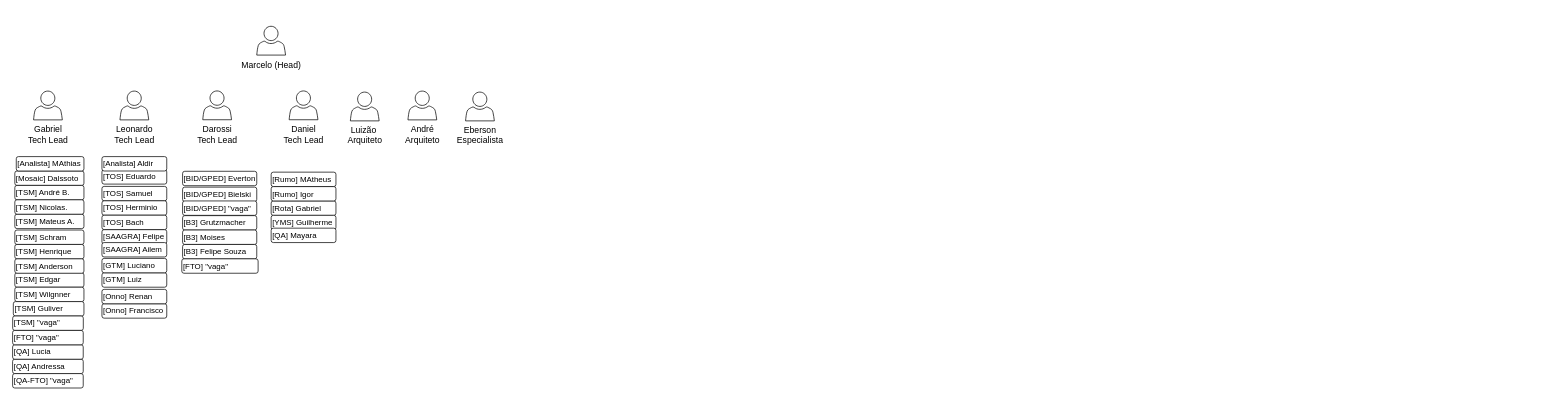
This is page "Página-7" (7 of 7) of time_org_24.drawio from marcelopedroso/yms_tech, a draw.io file, before an edit. Source tidied: cells renumbered, new cells numbered last; positions are measured from the earlier drawing's top-left corner, leaving out a move shared by most shapes. Both pictures are drawn from the tidied source at 72%, with x=0, y=0 at pixel (12, 26).
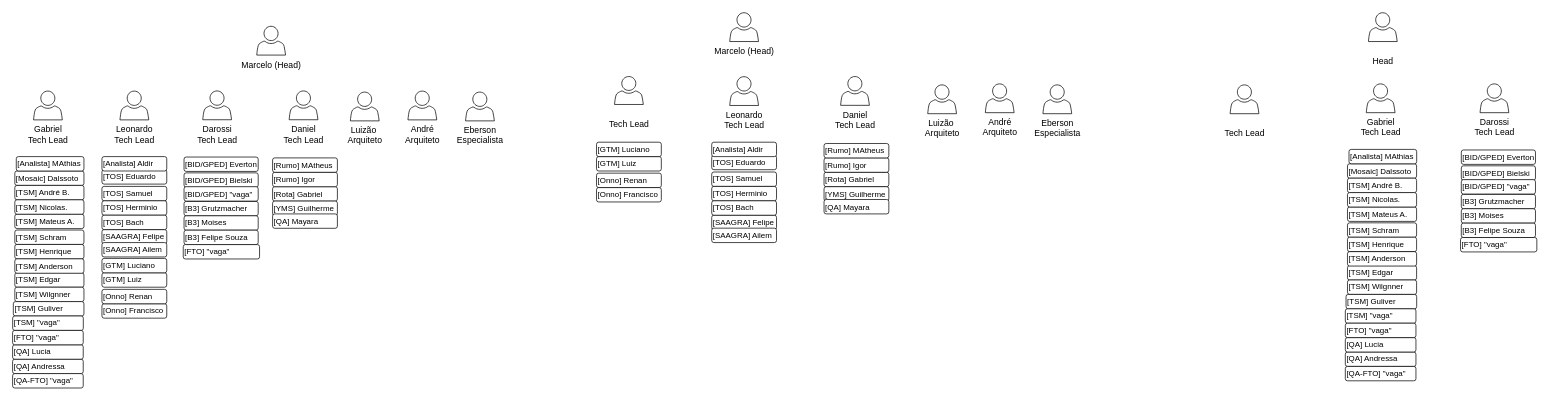
Above is the later version.

Change to the diagram source:
```diff
@@
     <mxCell id="7" value="[B3] Grutzmacher" style="rounded=1;whiteSpace=wrap;html=1;fontSize=11;align=left;" parent="1" vertex="1">
-      <mxGeometry x="236.1" y="263" width="103" height="20" as="geometry" />
+      <mxGeometry x="238.1" y="243.2" width="103" height="20" as="geometry" />
     </mxCell>
     <mxCell id="8" value="[B3] Moises" style="rounded=1;whiteSpace=wrap;html=1;fontSize=11;align=left;" parent="1" vertex="1">
-      <mxGeometry x="236.1" y="283" width="103" height="20" as="geometry" />
+      <mxGeometry x="238.1" y="263.2" width="103" height="20" as="geometry" />
     </mxCell>
     <mxCell id="9" value="[Rota] Gabriel" style="rounded=1;whiteSpace=wrap;html=1;fontSize=11;align=left;" parent="1" vertex="1">
-      <mxGeometry x="359.1" y="242.6" width="90" height="20" as="geometry" />
+      <mxGeometry x="361.1" y="222.8" width="90" height="20" as="geometry" />
     </mxCell>
     <mxCell id="10" value="[B3] Felipe Souza" style="rounded=1;whiteSpace=wrap;html=1;fontSize=11;align=left;" parent="1" vertex="1">
-      <mxGeometry x="236.1" y="303" width="103" height="20" as="geometry" />
+      <mxGeometry x="238.1" y="283.2" width="103" height="20" as="geometry" />
     </mxCell>
@@
     <mxCell id="33" value="[BID/GPED] Bielski" style="rounded=1;whiteSpace=wrap;html=1;fontSize=11;align=left;" parent="1" vertex="1">
-      <mxGeometry x="236.1" y="223.4" width="103" height="20" as="geometry" />
+      <mxGeometry x="238.1" y="203.6" width="103" height="20" as="geometry" />
     </mxCell>
     <mxCell id="34" value="[BID/GPED] Everton" style="rounded=1;whiteSpace=wrap;html=1;fontSize=11;align=left;" parent="1" vertex="1">
-      <mxGeometry x="236.1" y="201.4" width="103" height="20" as="geometry" />
+      <mxGeometry x="238.1" y="181.6" width="103" height="20" as="geometry" />
     </mxCell>
     <mxCell id="35" value="[Rumo] Igor" style="rounded=1;whiteSpace=wrap;html=1;fontSize=11;align=left;" parent="1" vertex="1">
-      <mxGeometry x="359.1" y="222.6" width="90" height="20" as="geometry" />
+      <mxGeometry x="361.1" y="202.8" width="90" height="20" as="geometry" />
     </mxCell>
     <mxCell id="36" value="[Rumo] MAtheus" style="rounded=1;whiteSpace=wrap;html=1;fontSize=11;align=left;" parent="1" vertex="1">
-      <mxGeometry x="359.1" y="202.6" width="90" height="20" as="geometry" />
+      <mxGeometry x="361.1" y="182.8" width="90" height="20" as="geometry" />
     </mxCell>
     <mxCell id="37" value="[YMS] Guilherme" style="rounded=1;whiteSpace=wrap;html=1;fontSize=11;align=left;" parent="1" vertex="1">
-      <mxGeometry x="359.1" y="262.6" width="90" height="20" as="geometry" />
+      <mxGeometry x="361.1" y="242.8" width="90" height="20" as="geometry" />
     </mxCell>
@@
     <mxCell id="43" value="[QA] Mayara" style="rounded=1;whiteSpace=wrap;html=1;fontSize=11;align=left;" parent="1" vertex="1">
-      <mxGeometry x="359.1" y="280.4" width="90" height="20" as="geometry" />
+      <mxGeometry x="361.1" y="260.6" width="90" height="20" as="geometry" />
     </mxCell>
     <mxCell id="44" value="[BID/GPED] &quot;vaga&quot;" style="rounded=1;whiteSpace=wrap;html=1;fontSize=11;align=left;" parent="1" vertex="1">
-      <mxGeometry x="236.1" y="242.6" width="103" height="20" as="geometry" />
+      <mxGeometry x="238.1" y="222.8" width="103" height="20" as="geometry" />
     </mxCell>
@@
     <mxCell id="47" value="[FTO] &quot;vaga&quot;" style="rounded=1;whiteSpace=wrap;html=1;fontSize=11;align=left;" parent="1" vertex="1">
-      <mxGeometry x="235" y="323" width="106" height="20" as="geometry" />
+      <mxGeometry x="237" y="303.2" width="106" height="20" as="geometry" />
     </mxCell>
@@
+    <mxCell id="49" value="Marcelo (Head)" style="sketch=0;shadow=0;dashed=0;html=1;labelPosition=center;verticalLabelPosition=bottom;verticalAlign=top;align=center;shape=mxgraph.office.users.user;" parent="1" vertex="1">
+      <mxGeometry x="996" y="-18.8" width="40" height="40" as="geometry" />
+    </mxCell>
+    <mxCell id="50" value="Gabriel&lt;div&gt;Tech Lead&lt;br&gt;&lt;/div&gt;" style="sketch=0;shadow=0;dashed=0;html=1;labelPosition=center;verticalLabelPosition=bottom;verticalAlign=top;align=center;shape=mxgraph.office.users.user;" parent="1" vertex="1">
+      <mxGeometry x="1880.1" y="80" width="40" height="40" as="geometry" />
+    </mxCell>
+    <mxCell id="51" value="Leonardo&lt;div&gt;Tech Lead&lt;br&gt;&lt;/div&gt;" style="sketch=0;shadow=0;dashed=0;html=1;labelPosition=center;verticalLabelPosition=bottom;verticalAlign=top;align=center;shape=mxgraph.office.users.user;" parent="1" vertex="1">
+      <mxGeometry x="996" y="70" width="40" height="40" as="geometry" />
+    </mxCell>
+    <mxCell id="52" value="Darossi&lt;div&gt;Tech Lead&lt;/div&gt;" style="sketch=0;shadow=0;dashed=0;html=1;labelPosition=center;verticalLabelPosition=bottom;verticalAlign=top;align=center;shape=mxgraph.office.users.user;" parent="1" vertex="1">
+      <mxGeometry x="2038.1" y="80" width="40" height="40" as="geometry" />
+    </mxCell>
+    <mxCell id="53" value="Daniel&lt;div&gt;Tech Lead&lt;br&gt;&lt;/div&gt;" style="sketch=0;shadow=0;dashed=0;html=1;labelPosition=center;verticalLabelPosition=bottom;verticalAlign=top;align=center;shape=mxgraph.office.users.user;" parent="1" vertex="1">
+      <mxGeometry x="1150" y="69.8" width="40" height="40" as="geometry" />
+    </mxCell>
+    <mxCell id="54" value="[B3] Grutzmacher" style="rounded=1;whiteSpace=wrap;html=1;fontSize=11;align=left;" parent="1" vertex="1">
+      <mxGeometry x="2012.1" y="233.4" width="103" height="20" as="geometry" />
+    </mxCell>
+    <mxCell id="55" value="[B3] Moises" style="rounded=1;whiteSpace=wrap;html=1;fontSize=11;align=left;" parent="1" vertex="1">
+      <mxGeometry x="2012.1" y="253.4" width="103" height="20" as="geometry" />
+    </mxCell>
+    <mxCell id="56" value="[Rota] Gabriel" style="rounded=1;whiteSpace=wrap;html=1;fontSize=11;align=left;" parent="1" vertex="1">
+      <mxGeometry x="1127" y="202.8" width="90" height="20" as="geometry" />
+    </mxCell>
+    <mxCell id="57" value="[B3] Felipe Souza" style="rounded=1;whiteSpace=wrap;html=1;fontSize=11;align=left;" parent="1" vertex="1">
+      <mxGeometry x="2012.1" y="273.4" width="103" height="20" as="geometry" />
+    </mxCell>
+    <mxCell id="58" value="[TSM] Schram" style="rounded=1;whiteSpace=wrap;html=1;fontSize=11;align=left;" parent="1" vertex="1">
+      <mxGeometry x="1854" y="273" width="96" height="20" as="geometry" />
+    </mxCell>
+    <mxCell id="59" value="[TSM] Edgar" style="rounded=1;whiteSpace=wrap;html=1;fontSize=11;align=left;" parent="1" vertex="1">
+      <mxGeometry x="1854" y="332.4" width="96" height="20" as="geometry" />
+    </mxCell>
+    <mxCell id="60" value="[Mosaic] Dalssoto" style="rounded=1;whiteSpace=wrap;html=1;fontSize=11;align=left;" parent="1" vertex="1">
+      <mxGeometry x="1854" y="191" width="96" height="20" as="geometry" />
+    </mxCell>
+    <mxCell id="61" value="[TSM] Mateus A." style="rounded=1;whiteSpace=wrap;html=1;fontSize=11;align=left;" parent="1" vertex="1">
+      <mxGeometry x="1854" y="251" width="96" height="20" as="geometry" />
+    </mxCell>
+    <mxCell id="62" value="[TSM] André B." style="rounded=1;whiteSpace=wrap;html=1;fontSize=11;align=left;" parent="1" vertex="1">
+      <mxGeometry x="1854" y="211" width="96" height="20" as="geometry" />
+    </mxCell>
+    <mxCell id="63" value="[TSM] Nicolas." style="rounded=1;whiteSpace=wrap;html=1;fontSize=11;align=left;" parent="1" vertex="1">
+      <mxGeometry x="1854" y="231" width="96" height="20" as="geometry" />
+    </mxCell>
+    <mxCell id="64" value="[TSM] Henrique" style="rounded=1;whiteSpace=wrap;html=1;fontSize=11;align=left;" parent="1" vertex="1">
+      <mxGeometry x="1854" y="293" width="96" height="20" as="geometry" />
+    </mxCell>
+    <mxCell id="65" value="[TSM] Anderson" style="rounded=1;whiteSpace=wrap;html=1;fontSize=11;align=left;" parent="1" vertex="1">
+      <mxGeometry x="1854" y="313" width="96" height="20" as="geometry" />
+    </mxCell>
+    <mxCell id="66" value="[QA] Andressa" style="rounded=1;whiteSpace=wrap;html=1;fontSize=11;align=left;" parent="1" vertex="1">
+      <mxGeometry x="1851" y="452.4" width="98.1" height="20" as="geometry" />
+    </mxCell>
+    <mxCell id="67" value="[QA] Lucia" style="rounded=1;whiteSpace=wrap;html=1;fontSize=11;align=left;" parent="1" vertex="1">
+      <mxGeometry x="1851" y="432.4" width="98.1" height="20" as="geometry" />
+    </mxCell>
+    <mxCell id="68" value="[TOS] Samuel" style="rounded=1;whiteSpace=wrap;html=1;fontSize=11;align=left;" parent="1" vertex="1">
+      <mxGeometry x="971" y="202.4" width="90" height="20" as="geometry" />
+    </mxCell>
+    <mxCell id="69" value="[TOS] Eduardo" style="rounded=1;whiteSpace=wrap;html=1;fontSize=11;align=left;" parent="1" vertex="1">
+      <mxGeometry x="971" y="179.2" width="90" height="20" as="geometry" />
+    </mxCell>
+    <mxCell id="70" value="[GTM] Luiz" style="rounded=1;whiteSpace=wrap;html=1;fontSize=11;align=left;" parent="1" vertex="1">
+      <mxGeometry x="811" y="181" width="90" height="20" as="geometry" />
+    </mxCell>
+    <mxCell id="71" value="[SAAGRA] Felipe" style="rounded=1;whiteSpace=wrap;html=1;fontSize=11;align=left;" parent="1" vertex="1">
+      <mxGeometry x="971" y="262.4" width="90" height="20" as="geometry" />
+    </mxCell>
+    <mxCell id="72" value="[GTM] Luciano" style="rounded=1;whiteSpace=wrap;html=1;fontSize=11;align=left;" parent="1" vertex="1">
+      <mxGeometry x="811" y="161" width="90" height="20" as="geometry" />
+    </mxCell>
+    <mxCell id="73" value="[SAAGRA] Ailem" style="rounded=1;whiteSpace=wrap;html=1;fontSize=11;align=left;" parent="1" vertex="1">
+      <mxGeometry x="971" y="280.4" width="90" height="20" as="geometry" />
+    </mxCell>
+    <mxCell id="74" value="[TOS] Herminio" style="rounded=1;whiteSpace=wrap;html=1;fontSize=11;align=left;" parent="1" vertex="1">
+      <mxGeometry x="971" y="222.4" width="90" height="20" as="geometry" />
+    </mxCell>
+    <mxCell id="75" value="[TOS] Bach" style="rounded=1;whiteSpace=wrap;html=1;fontSize=11;align=left;" parent="1" vertex="1">
+      <mxGeometry x="971" y="242.4" width="90" height="20" as="geometry" />
+    </mxCell>
+    <mxCell id="76" value="[Onno] Francisco" style="rounded=1;whiteSpace=wrap;html=1;fontSize=11;align=left;" parent="1" vertex="1">
+      <mxGeometry x="811" y="224" width="90" height="20" as="geometry" />
+    </mxCell>
+    <mxCell id="77" value="[Onno] Renan" style="rounded=1;whiteSpace=wrap;html=1;fontSize=11;align=left;" parent="1" vertex="1">
+      <mxGeometry x="811" y="204" width="90" height="20" as="geometry" />
+    </mxCell>
+    <mxCell id="78" value="[Analista] Aldir" style="rounded=1;whiteSpace=wrap;html=1;fontSize=11;align=left;" parent="1" vertex="1">
+      <mxGeometry x="971" y="161" width="90" height="20" as="geometry" />
+    </mxCell>
+    <mxCell id="79" value="[Analista] MAthias" style="rounded=1;whiteSpace=wrap;html=1;fontSize=11;align=left;" parent="1" vertex="1">
+      <mxGeometry x="1856.1" y="171" width="94" height="20" as="geometry" />
+    </mxCell>
+    <mxCell id="80" value="[BID/GPED] Bielski" style="rounded=1;whiteSpace=wrap;html=1;fontSize=11;align=left;" parent="1" vertex="1">
+      <mxGeometry x="2012.1" y="193.8" width="103" height="20" as="geometry" />
+    </mxCell>
+    <mxCell id="81" value="[BID/GPED] Everton" style="rounded=1;whiteSpace=wrap;html=1;fontSize=11;align=left;" parent="1" vertex="1">
+      <mxGeometry x="2012.1" y="171.8" width="103" height="20" as="geometry" />
+    </mxCell>
+    <mxCell id="82" value="[Rumo] Igor" style="rounded=1;whiteSpace=wrap;html=1;fontSize=11;align=left;" parent="1" vertex="1">
+      <mxGeometry x="1127" y="182.8" width="90" height="20" as="geometry" />
+    </mxCell>
+    <mxCell id="83" value="[Rumo] MAtheus" style="rounded=1;whiteSpace=wrap;html=1;fontSize=11;align=left;" parent="1" vertex="1">
+      <mxGeometry x="1127" y="162.8" width="90" height="20" as="geometry" />
+    </mxCell>
+    <mxCell id="84" value="[YMS] Guilherme" style="rounded=1;whiteSpace=wrap;html=1;fontSize=11;align=left;" parent="1" vertex="1">
+      <mxGeometry x="1127" y="222.8" width="90" height="20" as="geometry" />
+    </mxCell>
+    <mxCell id="85" value="Eberson&lt;div&gt;Especialista&lt;/div&gt;" style="sketch=0;shadow=0;dashed=0;html=1;labelPosition=center;verticalLabelPosition=bottom;verticalAlign=top;align=center;shape=mxgraph.office.users.user;" parent="1" vertex="1">
+      <mxGeometry x="1431" y="81.4" width="40" height="40" as="geometry" />
+    </mxCell>
+    <mxCell id="86" value="André&lt;div&gt;Arquiteto&lt;/div&gt;" style="sketch=0;shadow=0;dashed=0;html=1;labelPosition=center;verticalLabelPosition=bottom;verticalAlign=top;align=center;shape=mxgraph.office.users.user;" parent="1" vertex="1">
+      <mxGeometry x="1351" y="80" width="40" height="40" as="geometry" />
+    </mxCell>
+    <mxCell id="87" value="Luizão&amp;nbsp;&lt;div&gt;Arquiteto&lt;/div&gt;" style="sketch=0;shadow=0;dashed=0;html=1;labelPosition=center;verticalLabelPosition=bottom;verticalAlign=top;align=center;shape=mxgraph.office.users.user;" parent="1" vertex="1">
+      <mxGeometry x="1271" y="81.4" width="40" height="40" as="geometry" />
+    </mxCell>
+    <mxCell id="88" value="[TSM] Wilgnner" style="rounded=1;whiteSpace=wrap;html=1;fontSize=11;align=left;" parent="1" vertex="1">
+      <mxGeometry x="1854" y="352.4" width="96" height="20" as="geometry" />
+    </mxCell>
+    <mxCell id="89" value="[TSM] Guliver" style="rounded=1;whiteSpace=wrap;html=1;fontSize=11;align=left;" parent="1" vertex="1">
+      <mxGeometry x="1852" y="372.4" width="98.1" height="20" as="geometry" />
+    </mxCell>
+    <mxCell id="90" value="[QA] Mayara" style="rounded=1;whiteSpace=wrap;html=1;fontSize=11;align=left;" parent="1" vertex="1">
+      <mxGeometry x="1127" y="240.6" width="90" height="20" as="geometry" />
+    </mxCell>
+    <mxCell id="91" value="[BID/GPED] &quot;vaga&quot;" style="rounded=1;whiteSpace=wrap;html=1;fontSize=11;align=left;" parent="1" vertex="1">
+      <mxGeometry x="2012.1" y="213" width="103" height="20" as="geometry" />
+    </mxCell>
+    <mxCell id="92" value="[TSM] &quot;vaga&quot;" style="rounded=1;whiteSpace=wrap;html=1;fontSize=11;align=left;" parent="1" vertex="1">
+      <mxGeometry x="1851" y="392.4" width="98.1" height="20" as="geometry" />
+    </mxCell>
+    <mxCell id="93" value="[FTO] &quot;vaga&quot;" style="rounded=1;whiteSpace=wrap;html=1;fontSize=11;align=left;" parent="1" vertex="1">
+      <mxGeometry x="1851" y="412.4" width="98.1" height="20" as="geometry" />
+    </mxCell>
+    <mxCell id="94" value="[FTO] &quot;vaga&quot;" style="rounded=1;whiteSpace=wrap;html=1;fontSize=11;align=left;" parent="1" vertex="1">
+      <mxGeometry x="2011" y="293.4" width="106" height="20" as="geometry" />
+    </mxCell>
+    <mxCell id="95" value="[QA-FTO] &quot;vaga&quot;" style="rounded=1;whiteSpace=wrap;html=1;fontSize=11;align=left;" parent="1" vertex="1">
+      <mxGeometry x="1851" y="472.4" width="98.1" height="20" as="geometry" />
+    </mxCell>
+    <mxCell id="96" value="&lt;div&gt;&lt;br&gt;&lt;/div&gt;&lt;div&gt;Tech Lead&lt;br&gt;&lt;/div&gt;" style="sketch=0;shadow=0;dashed=0;html=1;labelPosition=center;verticalLabelPosition=bottom;verticalAlign=top;align=center;shape=mxgraph.office.users.user;" parent="1" vertex="1">
+      <mxGeometry x="836" y="69.8" width="40" height="38.8" as="geometry" />
+    </mxCell>
+    <mxCell id="97" value="&lt;div&gt;&lt;br&gt;&lt;/div&gt;&lt;div&gt;Head&lt;/div&gt;" style="sketch=0;shadow=0;dashed=0;html=1;labelPosition=center;verticalLabelPosition=bottom;verticalAlign=top;align=center;shape=mxgraph.office.users.user;" parent="1" vertex="1">
+      <mxGeometry x="1883.1" y="-18.8" width="40" height="40" as="geometry" />
+    </mxCell>
+    <mxCell id="98" value="&lt;div&gt;&lt;br&gt;&lt;/div&gt;&lt;div&gt;Tech Lead&lt;br&gt;&lt;/div&gt;" style="sketch=0;shadow=0;dashed=0;html=1;labelPosition=center;verticalLabelPosition=bottom;verticalAlign=top;align=center;shape=mxgraph.office.users.user;" parent="1" vertex="1">
+      <mxGeometry x="1691" y="81.4" width="40" height="40" as="geometry" />
+    </mxCell>
```
